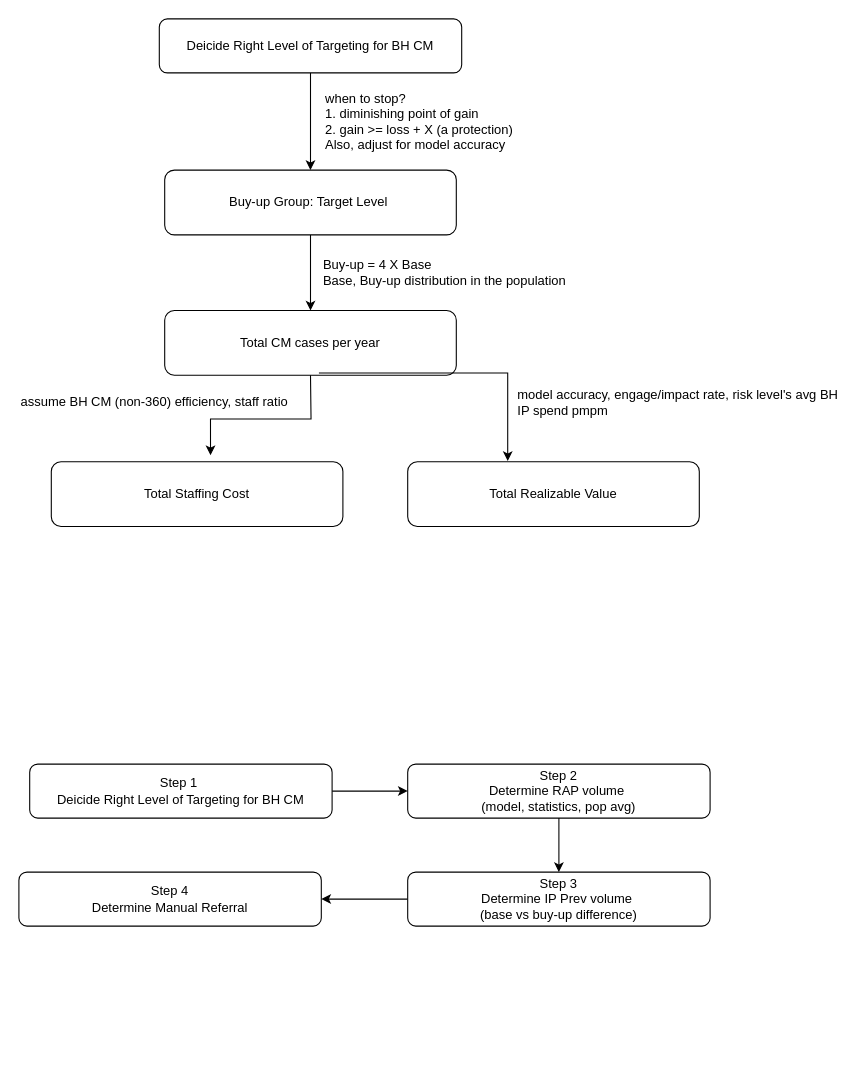
This is Untitled Diagram.drawio from miaow27/miaow27, a draw.io file, before an edit. Source tidied: cells renumbered, new cells numbered last; positions are measured from the earlier drawing's top-left corner, leaving out a move shared by most shapes. Both pictures are drawn from the tidied source at 108%, with x=0, y=0 at pixel (18, 18).
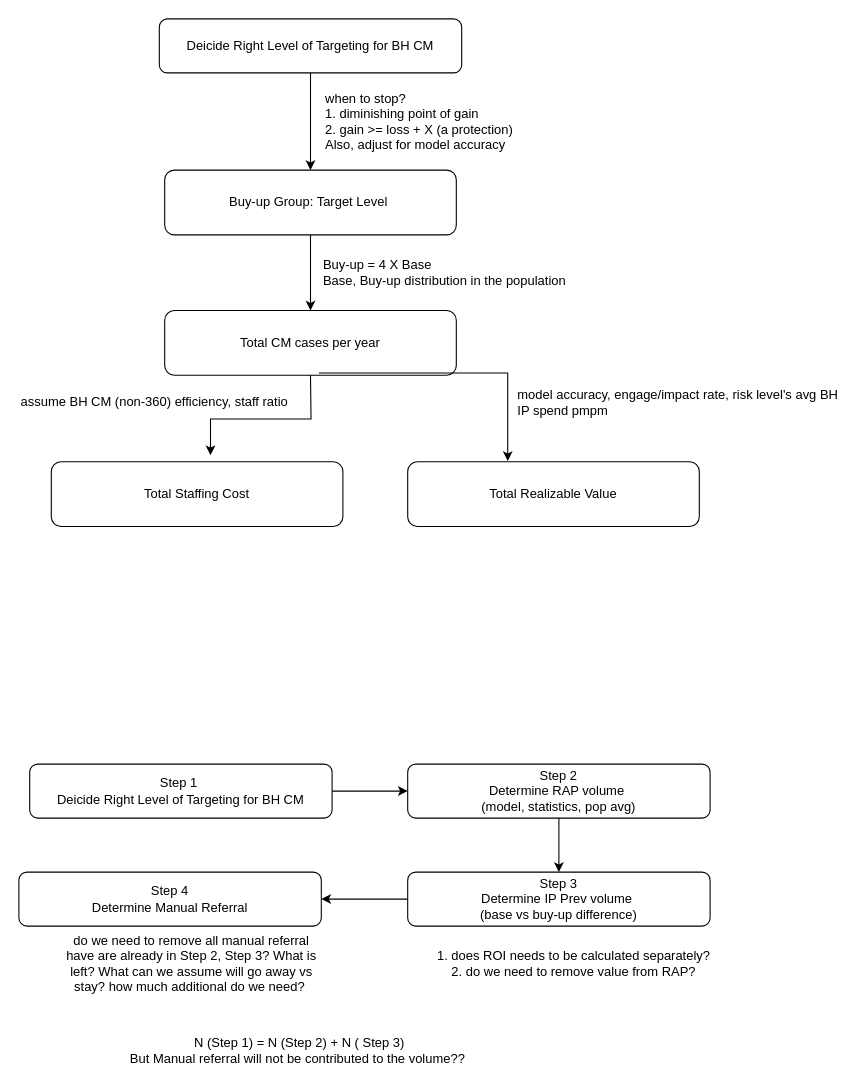
After the change.

Commit message:
business_case

Diff of the diagram source:
```diff
@@
+    <mxCell id="22" value="do we need to remove all manual referral have are already in Step 2, Step 3? What is left? What can we assume will go away vs stay? how much additional do we need?&amp;nbsp;" style="text;html=1;align=center;verticalAlign=middle;whiteSpace=wrap;rounded=0;" parent="1" vertex="1">
+      <mxGeometry x="40" y="860" width="240" height="30" as="geometry" />
+    </mxCell>
+    <mxCell id="23" value="1. does ROI needs to be calculated separately?&lt;div&gt;2. do we need to remove value from RAP?&lt;/div&gt;" style="text;html=1;align=center;verticalAlign=middle;whiteSpace=wrap;rounded=0;" parent="1" vertex="1">
+      <mxGeometry x="384" y="860" width="260" height="30" as="geometry" />
+    </mxCell>
+    <mxCell id="24" value="N (Step 1) = N (Step 2) + N ( Step 3)&lt;div&gt;But Manual referral will not be contributed to the volume??&amp;nbsp;&lt;/div&gt;" style="text;html=1;align=center;verticalAlign=middle;whiteSpace=wrap;rounded=0;" parent="1" vertex="1">
+      <mxGeometry x="60" y="940" width="400" height="30" as="geometry" />
+    </mxCell>
```
